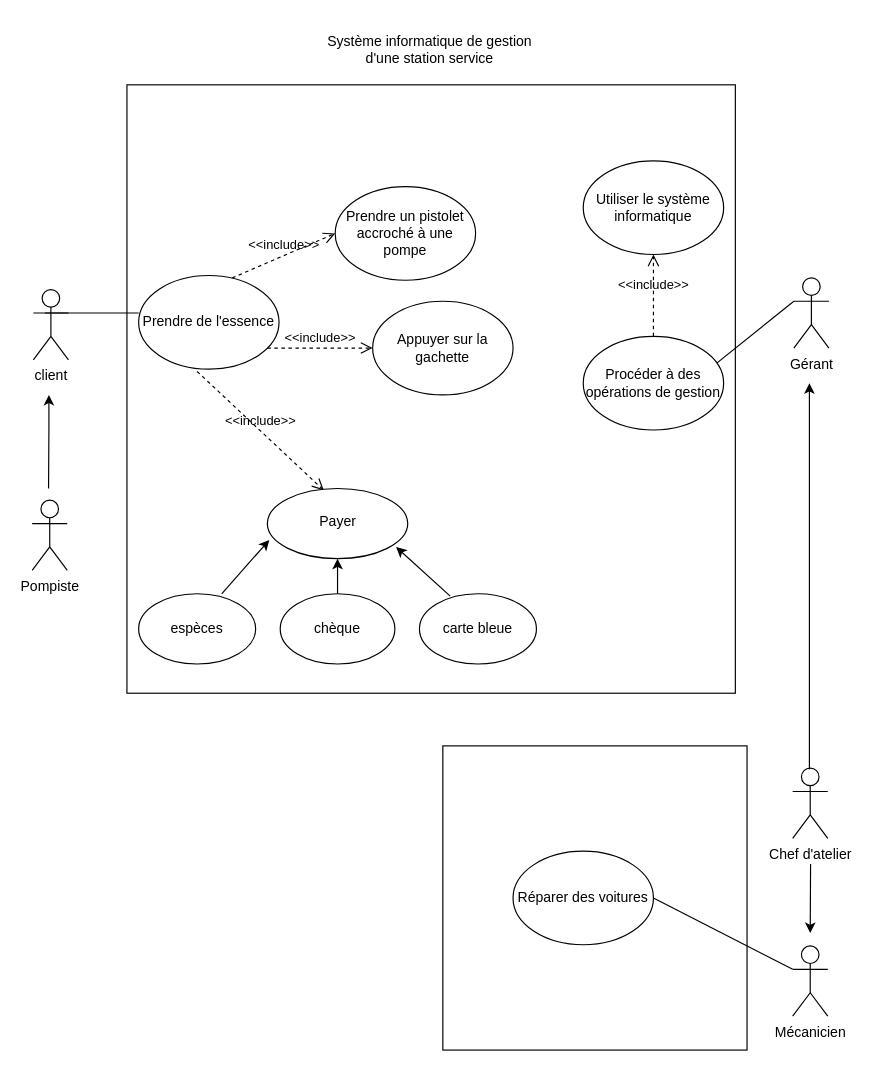
This is uml-diagram.drawio from clairenollet/uml-and-rup, a draw.io file, before an edit. Source tidied: cells renumbered, new cells numbered last; positions are measured from the earlier drawing's top-left corner, leaving out a move shared by most shapes. Both pictures are drawn from the tidied source at 117%, with x=0, y=0 at pixel (32, 20).
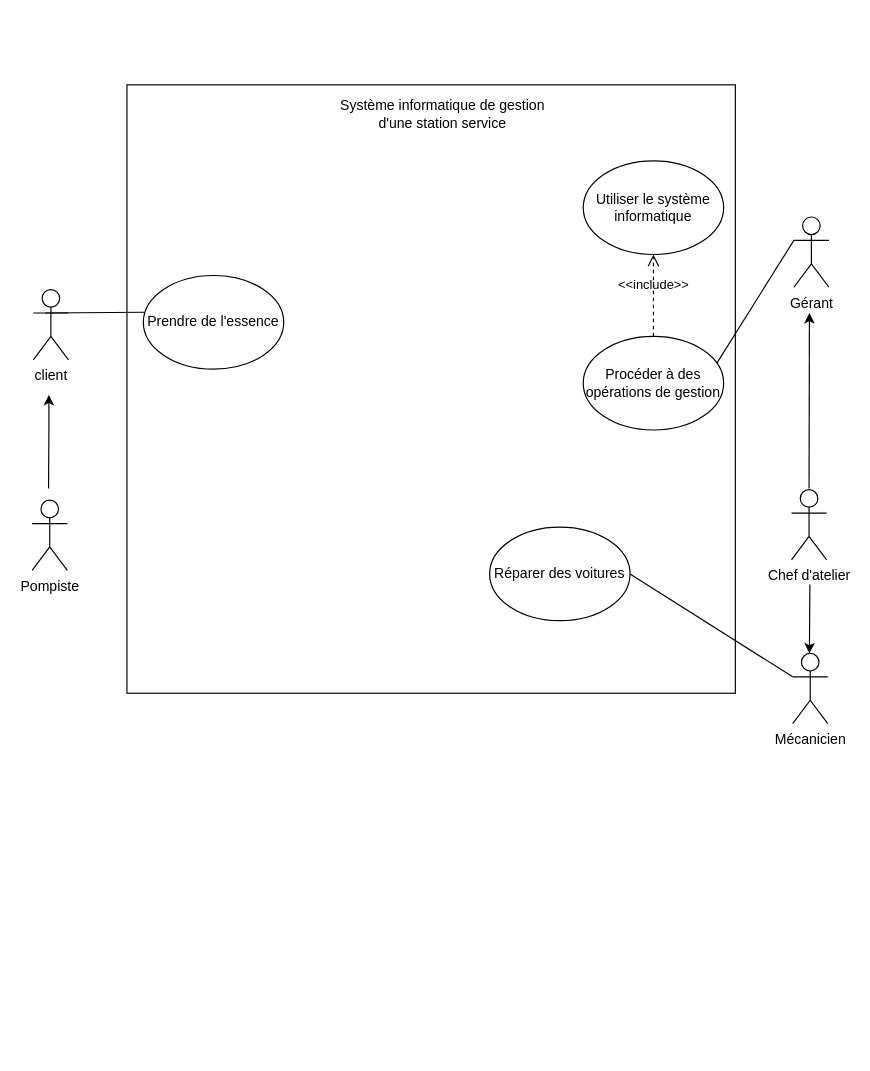
After the change.

The edit, as a diff of the source:
```diff
@@
-    <mxCell id="2" style="whiteSpace=wrap;html=1;" parent="1" vertex="1">
-      <mxGeometry x="351" y="620" width="260" height="260" as="geometry" />
-    </mxCell>
@@
     <mxCell id="5" value="Prendre de l'essence" style="ellipse;whiteSpace=wrap;html=1;" parent="1" vertex="1">
-      <mxGeometry x="91" y="218" width="120" height="80" as="geometry" />
+      <mxGeometry x="95" y="218" width="120" height="80" as="geometry" />
     </mxCell>
-    <mxCell id="6" style="endArrow=none;html=1;rounded=0;" parent="1" edge="1">
+    <mxCell id="6" style="endArrow=none;html=1;rounded=0;entryX=0.008;entryY=0.392;entryDx=0;entryDy=0;entryPerimeter=0;" parent="1" edge="1" target="5">
       <mxGeometry relative="1" as="geometry">
         <mxPoint x="11" y="250" as="sourcePoint" />
-        <mxPoint x="91" y="250" as="targetPoint" />
       </mxGeometry>
     </mxCell>
-    <mxCell id="7" value="Prendre un pistolet accroché à une pompe" style="ellipse;whiteSpace=wrap;html=1;" parent="1" vertex="1">
-      <mxGeometry x="259" y="142" width="120" height="80" as="geometry" />
-    </mxCell>
-    <mxCell id="8" value="Appuyer sur la gachette" style="ellipse;whiteSpace=wrap;html=1;" parent="1" vertex="1">
-      <mxGeometry x="291" y="240" width="120" height="80" as="geometry" />
-    </mxCell>
@@
     <mxCell id="11" value="Gérant" style="shape=umlActor;verticalLabelPosition=bottom;verticalAlign=top;html=1;outlineConnect=0;" parent="1" vertex="1">
-      <mxGeometry x="651" y="220" width="30" height="60" as="geometry" />
+      <mxGeometry x="651" y="168" width="30" height="60" as="geometry" />
     </mxCell>
@@
     <mxCell id="14" value="Chef d'atelier" style="shape=umlActor;verticalLabelPosition=bottom;verticalAlign=top;html=1;" parent="1" vertex="1">
-      <mxGeometry x="650" y="639" width="30" height="60" as="geometry" />
+      <mxGeometry x="649" y="401" width="30" height="60" as="geometry" />
     </mxCell>
     <mxCell id="15" style="endArrow=classic;html=1;rounded=0;" parent="1" edge="1">
       <mxGeometry relative="1" as="geometry">
-        <mxPoint x="664.3" y="640" as="sourcePoint" />
-        <mxPoint x="664.3" y="310" as="targetPoint" />
+        <mxPoint x="664" y="400" as="sourcePoint" />
+        <mxPoint x="664.3" y="250" as="targetPoint" />
       </mxGeometry>
     </mxCell>
     <mxCell id="16" value="Système informatique de gestion d'une station service" style="text;html=1;strokeColor=none;fillColor=none;align=center;verticalAlign=middle;whiteSpace=wrap;rounded=0;" parent="1" vertex="1">
-      <mxGeometry x="240" width="200" height="50" as="geometry" />
+      <mxGeometry x="251" y="55" width="200" height="50" as="geometry" />
     </mxCell>
@@
-    <mxCell id="19" value="&amp;lt;&amp;lt;include&amp;gt;&amp;gt;" style="endArrow=open;startArrow=none;endFill=0;startFill=0;endSize=8;html=1;verticalAlign=bottom;dashed=1;labelBackgroundColor=none;rounded=0;entryX=0;entryY=0.5;entryDx=0;entryDy=0;" parent="1" edge="1" target="7">
-      <mxGeometry relative="1" as="geometry">
-        <mxPoint x="171" y="220" as="sourcePoint" />
-      </mxGeometry>
-    </mxCell>
-    <mxCell id="20" value="&amp;lt;&amp;lt;include&amp;gt;&amp;gt;" style="endArrow=open;startArrow=none;endFill=0;startFill=0;endSize=8;html=1;verticalAlign=bottom;dashed=1;labelBackgroundColor=none;rounded=0;" parent="1" edge="1" target="8">
-      <mxGeometry relative="1" as="geometry">
-        <mxPoint x="201" y="280" as="sourcePoint" />
-      </mxGeometry>
-    </mxCell>
-    <mxCell id="21" value="&amp;lt;&amp;lt;include&amp;gt;&amp;gt;" style="endArrow=open;startArrow=none;endFill=0;startFill=0;endSize=8;html=1;verticalAlign=bottom;dashed=1;labelBackgroundColor=none;rounded=0;entryX=0.403;entryY=0.028;entryDx=0;entryDy=0;entryPerimeter=0;" parent="1" edge="1" target="22">
-      <mxGeometry relative="1" as="geometry">
-        <mxPoint x="141" y="300" as="sourcePoint" />
-      </mxGeometry>
-    </mxCell>
-    <mxCell id="22" style="shape=ellipse;horizontal=1;html=1;dashed=0;" parent="1" vertex="1">
-      <mxGeometry x="201" y="400" width="120" height="60" as="geometry" />
-    </mxCell>
-    <mxCell id="23" value="Payer" style="html=1;strokeColor=none;fillColor=none;align=center;verticalAlign=middle;" parent="22" vertex="1">
-      <mxGeometry y="21" width="120" height="15" as="geometry" />
-    </mxCell>
-    <mxCell id="24" value="espèces" style="ellipse;whiteSpace=wrap;html=1;" parent="1" vertex="1">
-      <mxGeometry x="91" y="490" width="100" height="60" as="geometry" />
-    </mxCell>
-    <mxCell id="25" value="carte bleue" style="ellipse;whiteSpace=wrap;html=1;" parent="1" vertex="1">
-      <mxGeometry x="331" y="490" width="100" height="60" as="geometry" />
-    </mxCell>
-    <mxCell id="26" value="chèque" style="ellipse;whiteSpace=wrap;html=1;" parent="1" vertex="1">
-      <mxGeometry x="212" y="490" width="98" height="60" as="geometry" />
-    </mxCell>
-    <mxCell id="27" style="endArrow=classic;html=1;rounded=0;entryX=0.014;entryY=0.733;entryDx=0;entryDy=0;entryPerimeter=0;" parent="1" edge="1" target="22">
-      <mxGeometry relative="1" as="geometry">
-        <mxPoint x="162" y="490" as="sourcePoint" />
-      </mxGeometry>
-    </mxCell>
-    <mxCell id="28" style="endArrow=classic;html=1;rounded=0;entryX=0.5;entryY=1;entryDx=0;entryDy=0;exitX=0.5;exitY=0;exitDx=0;exitDy=0;" parent="1" edge="1" source="26" target="22">
-      <mxGeometry relative="1" as="geometry" />
-    </mxCell>
-    <mxCell id="29" style="endArrow=classic;html=1;rounded=0;entryX=0.917;entryY=0.833;entryDx=0;entryDy=0;entryPerimeter=0;exitX=0.263;exitY=0.033;exitDx=0;exitDy=0;exitPerimeter=0;" parent="1" edge="1" source="25" target="22">
-      <mxGeometry relative="1" as="geometry" />
-    </mxCell>
     <mxCell id="30" style="endArrow=classic;html=1;rounded=0;" parent="1" edge="1">
       <mxGeometry relative="1" as="geometry">
-        <mxPoint x="665.3" y="721" as="sourcePoint" />
-        <mxPoint x="665" y="780" as="targetPoint" />
+        <mxPoint x="664.7" y="482" as="sourcePoint" />
+        <mxPoint x="664.3" y="541" as="targetPoint" />
       </mxGeometry>
     </mxCell>
     <mxCell id="31" value="&lt;div&gt;Mécanicien&lt;/div&gt;" style="shape=umlActor;verticalLabelPosition=bottom;verticalAlign=top;html=1;outlineConnect=0;" parent="1" vertex="1">
-      <mxGeometry x="650" y="791" width="30" height="60" as="geometry" />
+      <mxGeometry x="650" y="541" width="30" height="60" as="geometry" />
     </mxCell>
     <mxCell id="32" value="Réparer des voitures" style="ellipse;whiteSpace=wrap;html=1;" parent="1" vertex="1">
-      <mxGeometry x="411" y="710" width="120" height="80" as="geometry" />
+      <mxGeometry x="391" y="433" width="120" height="80" as="geometry" />
     </mxCell>
```
